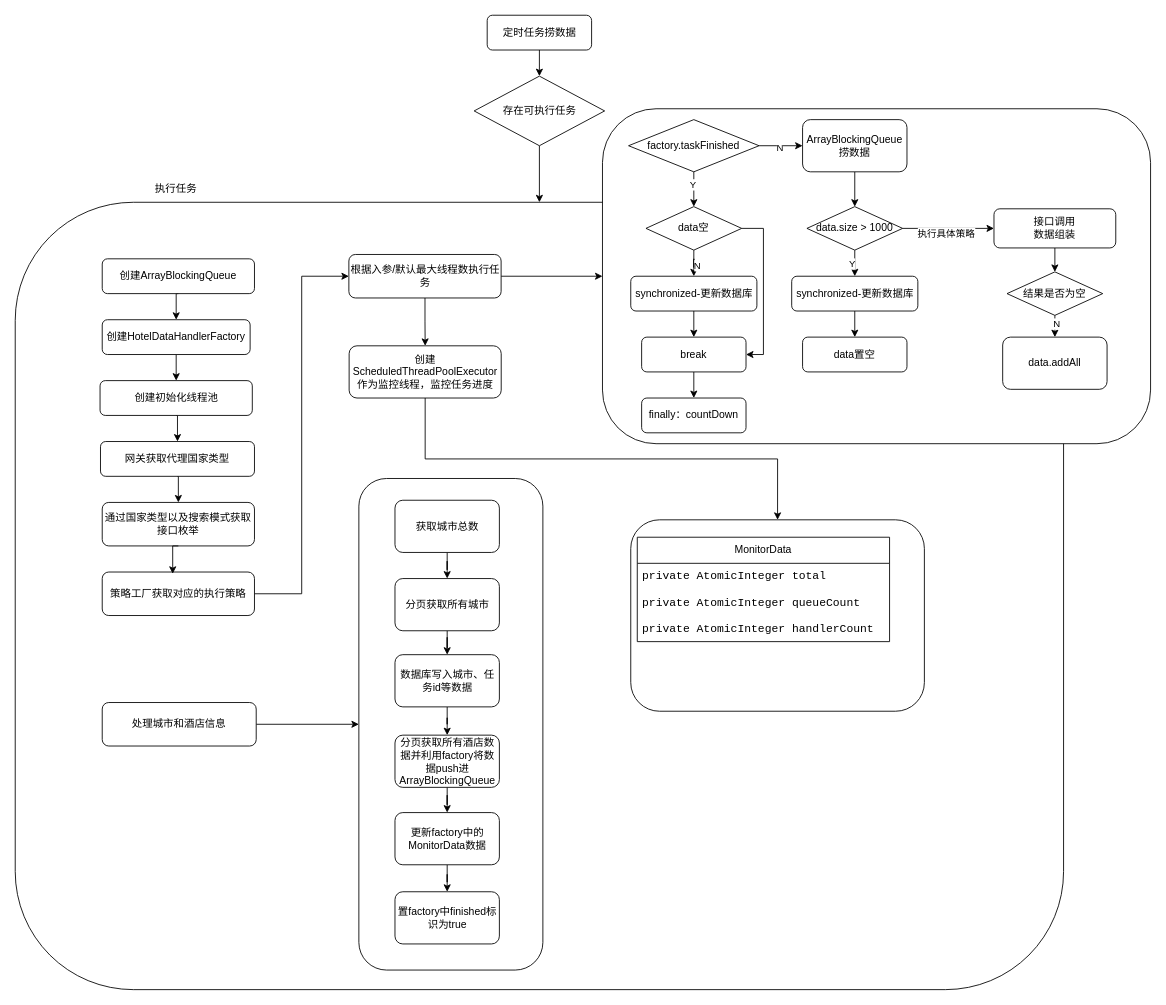
Above: nb/分销数据报表流程图.drawio in zhenjie-chen/diagrams (draw.io), before the change. Source tidied: cells renumbered, new cells numbered last; positions are measured from the earlier drawing's top-left corner, leaving out a move shared by most shapes. Both pictures are drawn from the tidied source at 87%, with x=0, y=0 at pixel (15, 15).
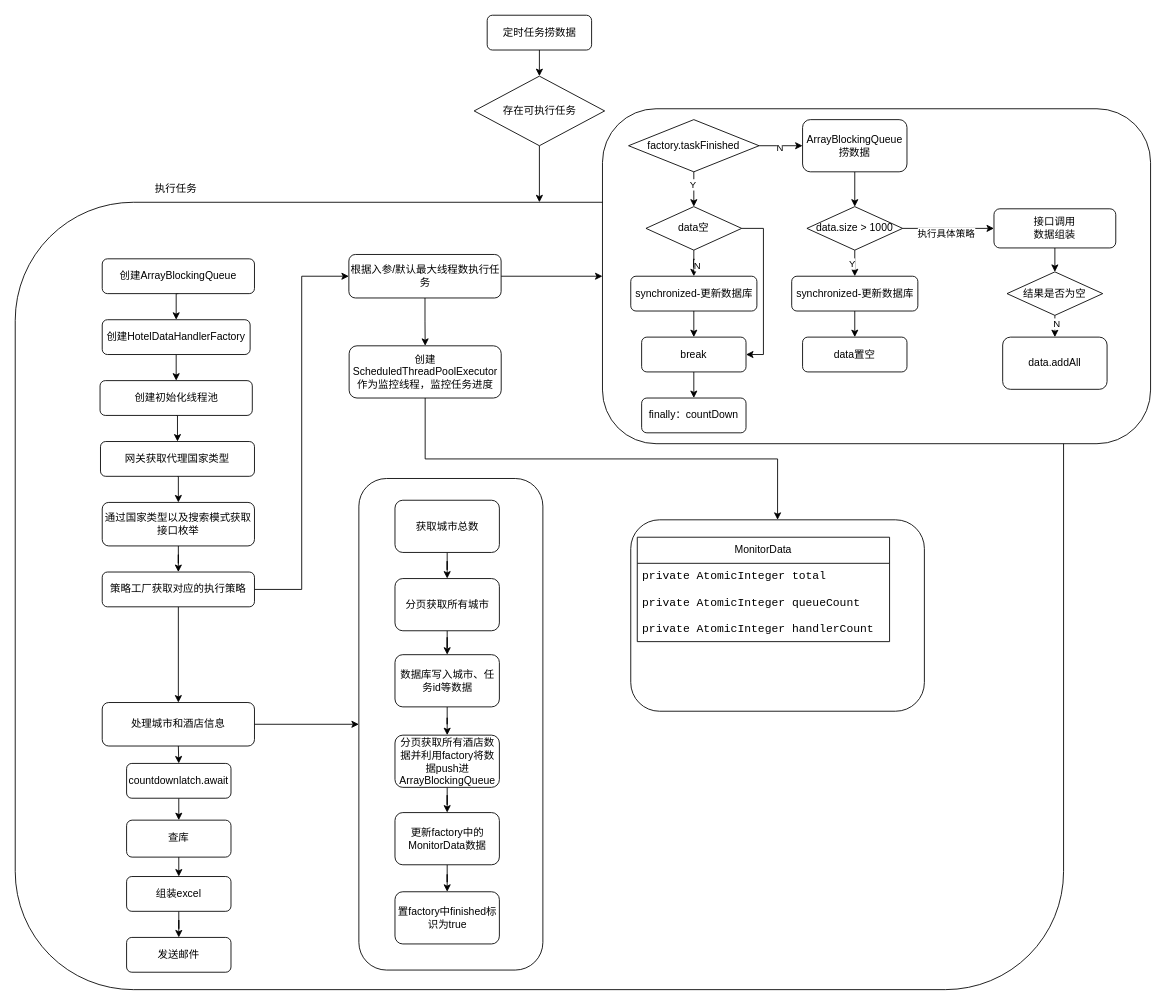
The same diagram, later.

Commit message:
更新分销数据报表流程图.drawio

The change refers to these unchanged cells:
```xml
<mxCell id="17" value="通过国家类型以及搜索模式获取接口枚举" style="rounded=1;whiteSpace=wrap;html=1;" parent="1" vertex="1">
  <mxGeometry x="100" y="560" width="175" height="50" as="geometry" />
</mxCell>
```

Diff of the diagram source:
```diff
@@
+    <mxCell id="71" style="edgeStyle=orthogonalEdgeStyle;rounded=0;jettySize=auto;html=1;exitX=0.5;exitY=1;exitDx=0;exitDy=0;" parent="1" edge="1" source="17" target="19">
+      <mxGeometry relative="1" as="geometry" />
+    </mxCell>
@@
+    <mxCell id="77" style="edgeStyle=orthogonalEdgeStyle;rounded=0;jettySize=auto;html=1;exitX=0.5;exitY=1;exitDx=0;exitDy=0;entryX=0.5;entryY=0;entryDx=0;entryDy=0;" parent="1" edge="1" source="19" target="27">
+      <mxGeometry relative="1" as="geometry" />
+    </mxCell>
     <mxCell id="19" value="策略工厂获取对应的执行策略" style="rounded=1;whiteSpace=wrap;html=1;" parent="1" vertex="1">
-      <mxGeometry x="100" y="640" width="175" height="50" as="geometry" />
+      <mxGeometry x="100" y="640" width="175" height="40" as="geometry" />
     </mxCell>
@@
+    <mxCell id="78" style="edgeStyle=orthogonalEdgeStyle;rounded=0;jettySize=auto;html=1;exitX=0.5;exitY=1;exitDx=0;exitDy=0;entryX=0.5;entryY=0;entryDx=0;entryDy=0;" parent="1" edge="1" source="27" target="80">
+      <mxGeometry relative="1" as="geometry" />
+    </mxCell>
     <mxCell id="27" value="处理城市和酒店信息" style="rounded=1;whiteSpace=wrap;html=1;" parent="1" vertex="1">
-      <mxGeometry x="100" y="790" width="177" height="50" as="geometry" />
+      <mxGeometry x="100" y="790" width="175" height="50" as="geometry" />
     </mxCell>
@@
-    <mxCell id="71" style="edgeStyle=orthogonalEdgeStyle;rounded=0;jettySize=auto;html=1;exitX=0.5;exitY=1;exitDx=0;exitDy=0;entryX=0.463;entryY=0.04;entryDx=0;entryDy=0;entryPerimeter=0;" parent="1" edge="1" source="17" target="19">
-      <mxGeometry relative="1" as="geometry" />
-    </mxCell>
@@
+    <mxCell id="79" style="edgeStyle=orthogonalEdgeStyle;rounded=0;jettySize=auto;html=1;exitX=0.5;exitY=1;exitDx=0;exitDy=0;entryX=0.5;entryY=0;entryDx=0;entryDy=0;" parent="1" edge="1" source="80" target="82">
+      <mxGeometry relative="1" as="geometry" />
+    </mxCell>
+    <mxCell id="80" value="countdownlatch.await" style="rounded=1;whiteSpace=wrap;html=1;" parent="1" vertex="1">
+      <mxGeometry x="128" y="860" width="120" height="40" as="geometry" />
+    </mxCell>
+    <mxCell id="81" style="edgeStyle=orthogonalEdgeStyle;rounded=0;jettySize=auto;html=1;exitX=0.5;exitY=1;exitDx=0;exitDy=0;entryX=0.5;entryY=0;entryDx=0;entryDy=0;" parent="1" edge="1" source="82" target="84">
+      <mxGeometry relative="1" as="geometry" />
+    </mxCell>
+    <mxCell id="82" value="查库" style="rounded=1;whiteSpace=wrap;html=1;" parent="1" vertex="1">
+      <mxGeometry x="128" y="925.2" width="120" height="42.5" as="geometry" />
+    </mxCell>
+    <mxCell id="83" style="edgeStyle=orthogonalEdgeStyle;rounded=0;jettySize=auto;html=1;exitX=0.5;exitY=1;exitDx=0;exitDy=0;" parent="1" edge="1" source="84" target="85">
+      <mxGeometry relative="1" as="geometry" />
+    </mxCell>
+    <mxCell id="84" value="组装excel" style="rounded=1;whiteSpace=wrap;html=1;" parent="1" vertex="1">
+      <mxGeometry x="128" y="990" width="120" height="40" as="geometry" />
+    </mxCell>
+    <mxCell id="85" value="发送邮件" style="rounded=1;whiteSpace=wrap;html=1;" parent="1" vertex="1">
+      <mxGeometry x="128" y="1060" width="120" height="40" as="geometry" />
+    </mxCell>
```
